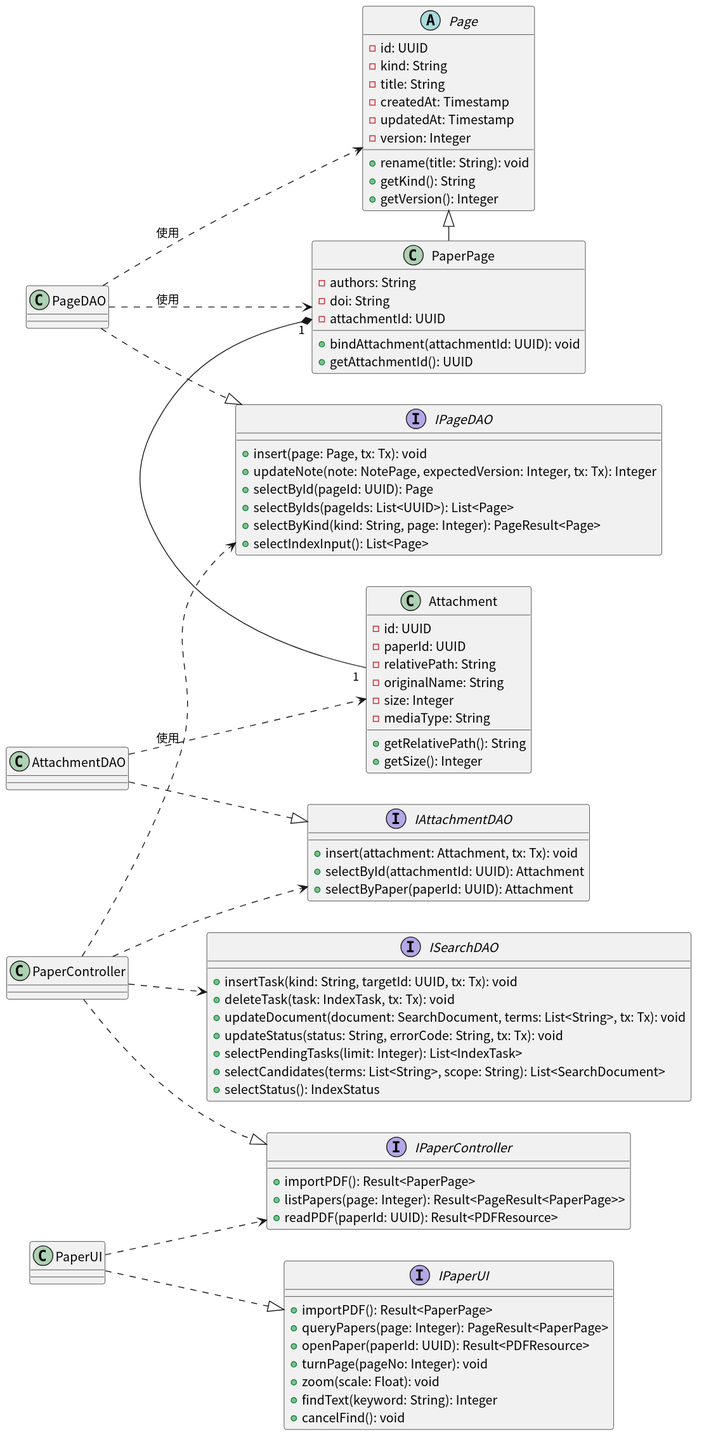
This is docs/SE_Experiment/design/figures/components-uc04.svg from AlanRosston/labloom, a PlantUML export, as it was before one commit.
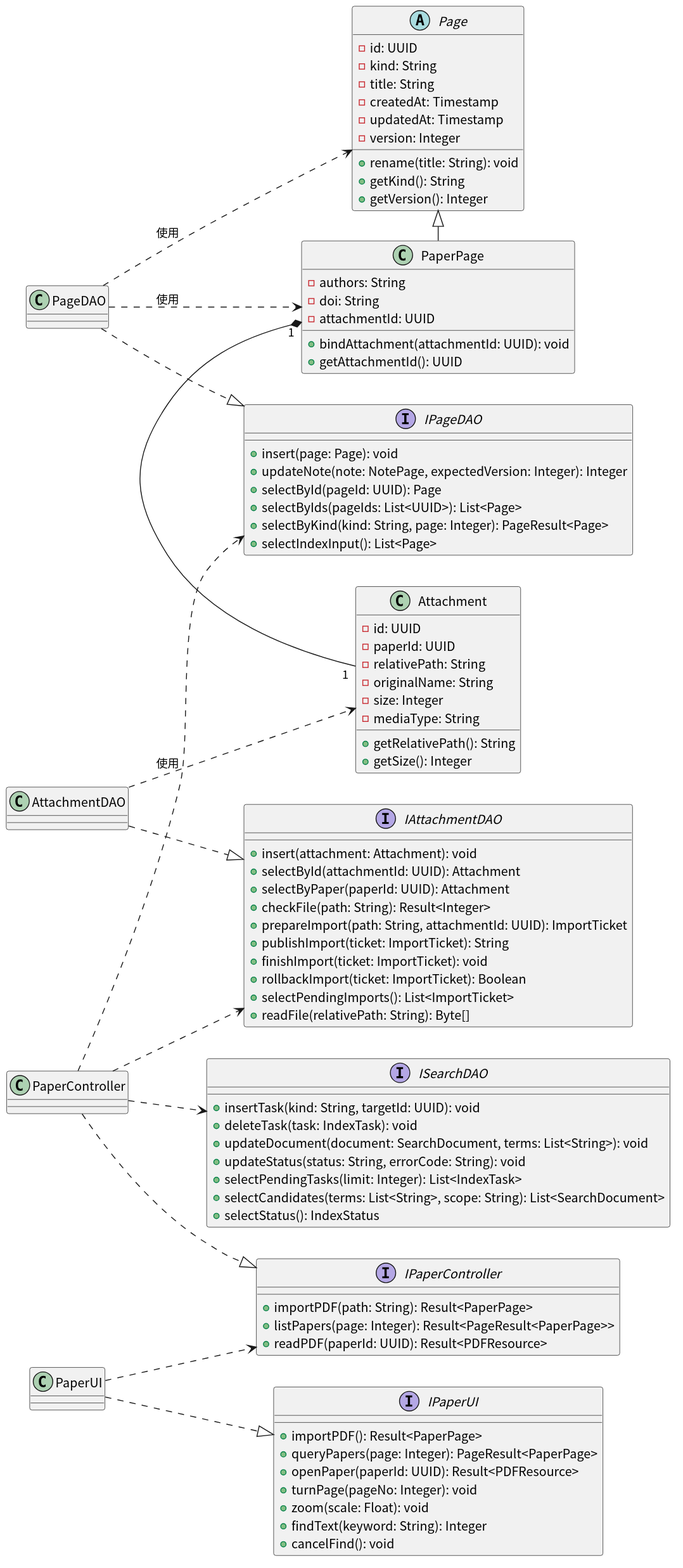
The same diagram one commit later.

Diff of the diagram source:
```diff
@@ -12,28 +12,35 @@
   + cancelFind(): void
 }
 interface IPaperController {
-  + importPDF(): Result<PaperPage>
+  + importPDF(path: String): Result<PaperPage>
   + listPapers(page: Integer): Result<PageResult<PaperPage>>
   + readPDF(paperId: UUID): Result<PDFResource>
 }
 interface IPageDAO {
-  + insert(page: Page, tx: Tx): void
-  + updateNote(note: NotePage, expectedVersion: Integer, tx: Tx): Integer
+  + insert(page: Page): void
+  + updateNote(note: NotePage, expectedVersion: Integer): Integer
   + selectById(pageId: UUID): Page
   + selectByIds(pageIds: List<UUID>): List<Page>
   + selectByKind(kind: String, page: Integer): PageResult<Page>
   + selectIndexInput(): List<Page>
 }
 interface IAttachmentDAO {
-  + insert(attachment: Attachment, tx: Tx): void
+  + insert(attachment: Attachment): void
   + selectById(attachmentId: UUID): Attachment
   + selectByPaper(paperId: UUID): Attachment
+  + checkFile(path: String): Result<Integer>
+  + prepareImport(path: String, attachmentId: UUID): ImportTicket
+  + publishImport(ticket: ImportTicket): String
+  + finishImport(ticket: ImportTicket): void
+  + rollbackImport(ticket: ImportTicket): Boolean
+  + selectPendingImports(): List<ImportTicket>
+  + readFile(relativePath: String): Byte[]
 }
 interface ISearchDAO {
-  + insertTask(kind: String, targetId: UUID, tx: Tx): void
-  + deleteTask(task: IndexTask, tx: Tx): void
-  + updateDocument(document: SearchDocument, terms: List<String>, tx: Tx): void
-  + updateStatus(status: String, errorCode: String, tx: Tx): void
+  + insertTask(kind: String, targetId: UUID): void
+  + deleteTask(task: IndexTask): void
+  + updateDocument(document: SearchDocument, terms: List<String>): void
+  + updateStatus(status: String, errorCode: String): void
   + selectPendingTasks(limit: Integer): List<IndexTask>
   + selectCandidates(terms: List<String>, scope: String): List<SearchDocument>
   + selectStatus(): IndexStatus
```
